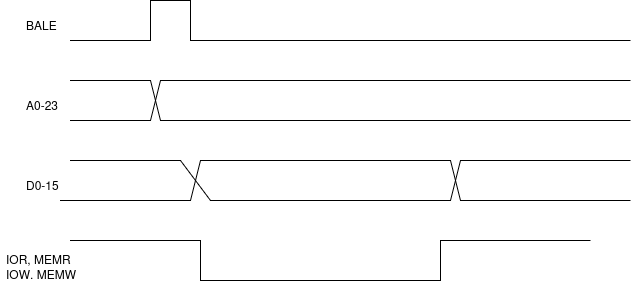
Earlier version of the draw.io export isa-orig.png (ars-technologies/isa32bit). Source tidied: cells renumbered, new cells last; positions are measured from the earlier drawing's top-left corner, leaving out a move shared by most shapes.
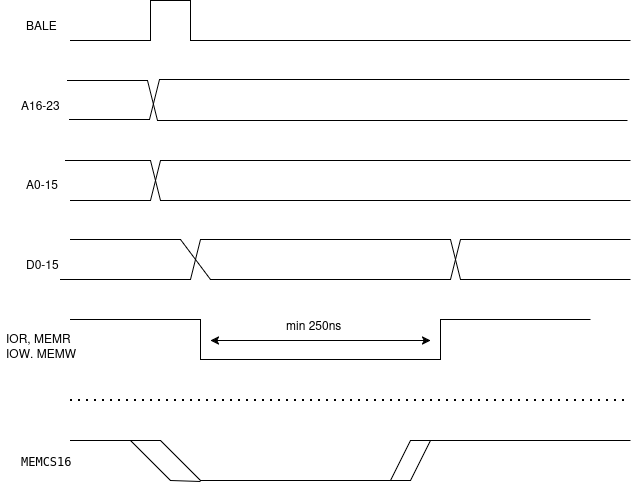
After the commit.

Diff of the diagram source:
```diff
@@ -4,41 +4,43 @@
     <mxCell id="1" parent="0" />
     <mxCell id="2" style="endArrow=none;html=1;rounded=0;" parent="1" edge="1">
       <mxGeometry relative="1" as="geometry">
-        <mxPoint x="110" y="40" as="sourcePoint" />
-        <mxPoint x="630" y="40" as="targetPoint" />
+        <mxPoint x="110" y="-39" as="sourcePoint" />
+        <mxPoint x="630" y="-39" as="targetPoint" />
         <Array as="points">
-          <mxPoint x="70" y="40" />
-          <mxPoint x="150" y="40" />
-          <mxPoint x="150" />
-          <mxPoint x="190" />
-          <mxPoint x="190" y="40" />
+          <mxPoint x="70" y="-39" />
+          <mxPoint x="150" y="-39" />
+          <mxPoint x="150" y="-79" />
+          <mxPoint x="190" y="-79" />
+          <mxPoint x="190" y="-39" />
         </Array>
       </mxGeometry>
     </mxCell>
     <mxCell id="3" style="endArrow=none;html=1;rounded=0;" parent="1" edge="1">
       <mxGeometry relative="1" as="geometry">
-        <mxPoint x="70" y="80" as="sourcePoint" />
-        <mxPoint x="630" y="120" as="targetPoint" />
+        <mxPoint x="65" y="81" as="sourcePoint" />
+        <mxPoint x="630" y="121" as="targetPoint" />
         <Array as="points">
-          <mxPoint x="150" y="80" />
-          <mxPoint x="160" y="120" />
+          <mxPoint x="130" y="81" />
+          <mxPoint x="150" y="81" />
+          <mxPoint x="160" y="121" />
+          <mxPoint x="195" y="121" />
         </Array>
       </mxGeometry>
     </mxCell>
     <mxCell id="4" value="BALE" style="text;strokeColor=none;fillColor=none;align=left;verticalAlign=middle;spacingLeft=4;spacingRight=4;overflow=hidden;whiteSpace=wrap;html=1;" parent="1" vertex="1">
-      <mxGeometry x="20" y="10" width="80" height="30" as="geometry" />
+      <mxGeometry x="20" y="-69" width="80" height="30" as="geometry" />
     </mxCell>
     <mxCell id="5" style="endArrow=none;html=1;rounded=0;" parent="1" edge="1">
       <mxGeometry relative="1" as="geometry">
-        <mxPoint x="70" y="120" as="sourcePoint" />
-        <mxPoint x="630" y="80" as="targetPoint" />
+        <mxPoint x="70" y="121" as="sourcePoint" />
+        <mxPoint x="630" y="81" as="targetPoint" />
         <Array as="points">
-          <mxPoint x="150" y="120" />
-          <mxPoint x="160" y="80" />
+          <mxPoint x="150" y="121" />
+          <mxPoint x="160" y="81" />
         </Array>
       </mxGeometry>
     </mxCell>
-    <mxCell id="6" value="A0-23" style="text;strokeColor=none;fillColor=none;align=left;verticalAlign=middle;spacingLeft=4;spacingRight=4;overflow=hidden;whiteSpace=wrap;html=1;" parent="1" vertex="1">
+    <mxCell id="6" value="A0-15" style="text;strokeColor=none;fillColor=none;align=left;verticalAlign=middle;spacingLeft=4;spacingRight=4;overflow=hidden;whiteSpace=wrap;html=1;" parent="1" vertex="1">
       <mxGeometry x="20" y="90" width="50" height="30" as="geometry" />
     </mxCell>
     <mxCell id="7" style="endArrow=none;html=1;rounded=0;" parent="1" edge="1">
@@ -83,5 +85,77 @@
     <mxCell id="11" value="&lt;div&gt;IOR, MEMR&lt;/div&gt;&lt;div&gt;IOW, MEMW&lt;/div&gt;" style="text;strokeColor=none;fillColor=none;align=left;verticalAlign=middle;spacingLeft=4;spacingRight=4;overflow=hidden;whiteSpace=wrap;html=1;" parent="1" vertex="1">
       <mxGeometry y="250" width="80" height="30" as="geometry" />
     </mxCell>
+    <mxCell id="12" style="endArrow=none;html=1;rounded=0;" parent="1" edge="1">
+      <mxGeometry relative="1" as="geometry">
+        <mxPoint x="69" y="40" as="sourcePoint" />
+        <mxPoint x="629" as="targetPoint" />
+        <Array as="points">
+          <mxPoint x="149" y="40" />
+          <mxPoint x="159" />
+        </Array>
+      </mxGeometry>
+    </mxCell>
+    <mxCell id="13" style="endArrow=none;html=1;rounded=0;" parent="1" edge="1">
+      <mxGeometry relative="1" as="geometry">
+        <mxPoint x="67" y="1" as="sourcePoint" />
+        <mxPoint x="627" y="41" as="targetPoint" />
+        <Array as="points">
+          <mxPoint x="147" y="1" />
+          <mxPoint x="157" y="41" />
+        </Array>
+      </mxGeometry>
+    </mxCell>
+    <mxCell id="14" value="A16-23" style="text;strokeColor=none;fillColor=none;align=left;verticalAlign=middle;spacingLeft=4;spacingRight=4;overflow=hidden;whiteSpace=wrap;html=1;" parent="1" vertex="1">
+      <mxGeometry x="15" y="11" width="50" height="30" as="geometry" />
+    </mxCell>
+    <mxCell id="15" value="min 250ns" style="text;strokeColor=none;fillColor=none;align=left;verticalAlign=middle;spacingLeft=4;spacingRight=4;overflow=hidden;whiteSpace=wrap;html=1;" parent="1" vertex="1">
+      <mxGeometry x="280" y="231" width="70" height="30" as="geometry" />
+    </mxCell>
+    <mxCell id="16" style="endArrow=classic;startArrow=classic;html=1;rounded=0;" parent="1" edge="1">
+      <mxGeometry relative="1" as="geometry">
+        <mxPoint x="210" y="261" as="sourcePoint" />
+        <mxPoint x="430" y="261" as="targetPoint" />
+      </mxGeometry>
+    </mxCell>
+    <mxCell id="17" style="endArrow=none;dashed=1;html=1;dashPattern=1 3;strokeWidth=2;rounded=0;" parent="1" edge="1">
+      <mxGeometry relative="1" as="geometry">
+        <mxPoint x="70" y="321" as="sourcePoint" />
+        <mxPoint x="630" y="321" as="targetPoint" />
+      </mxGeometry>
+    </mxCell>
+    <mxCell id="18" style="endArrow=none;html=1;rounded=0;" parent="1" edge="1">
+      <mxGeometry relative="1" as="geometry">
+        <mxPoint x="130" y="361" as="sourcePoint" />
+        <mxPoint x="200" y="402" as="targetPoint" />
+        <Array as="points">
+          <mxPoint x="170" y="401" />
+        </Array>
+      </mxGeometry>
+    </mxCell>
+    <mxCell id="19" style="endArrow=none;html=1;rounded=0;" parent="1" edge="1">
+      <mxGeometry relative="1" as="geometry">
+        <mxPoint x="390" y="401" as="sourcePoint" />
+        <mxPoint x="430" y="361" as="targetPoint" />
+        <Array as="points">
+          <mxPoint x="410" y="401" />
+        </Array>
+      </mxGeometry>
+    </mxCell>
+    <mxCell id="20" style="endArrow=none;html=1;rounded=0;" parent="1" edge="1">
+      <mxGeometry relative="1" as="geometry">
+        <mxPoint x="70" y="361" as="sourcePoint" />
+        <mxPoint x="630" y="361" as="targetPoint" />
+        <Array as="points">
+          <mxPoint x="130" y="361" />
+          <mxPoint x="160" y="361" />
+          <mxPoint x="200" y="401" />
+          <mxPoint x="390" y="401" />
+          <mxPoint x="410" y="361" />
+        </Array>
+      </mxGeometry>
+    </mxCell>
+    <mxCell id="21" value="&lt;pre&gt;MEMCS16&lt;/pre&gt;" style="text;strokeColor=none;fillColor=none;align=left;verticalAlign=middle;spacingLeft=4;spacingRight=4;overflow=hidden;whiteSpace=wrap;html=1;" parent="1" vertex="1">
+      <mxGeometry x="15" y="361" width="60" height="30" as="geometry" />
+    </mxCell>
   </root>
 </mxGraphModel>
```
